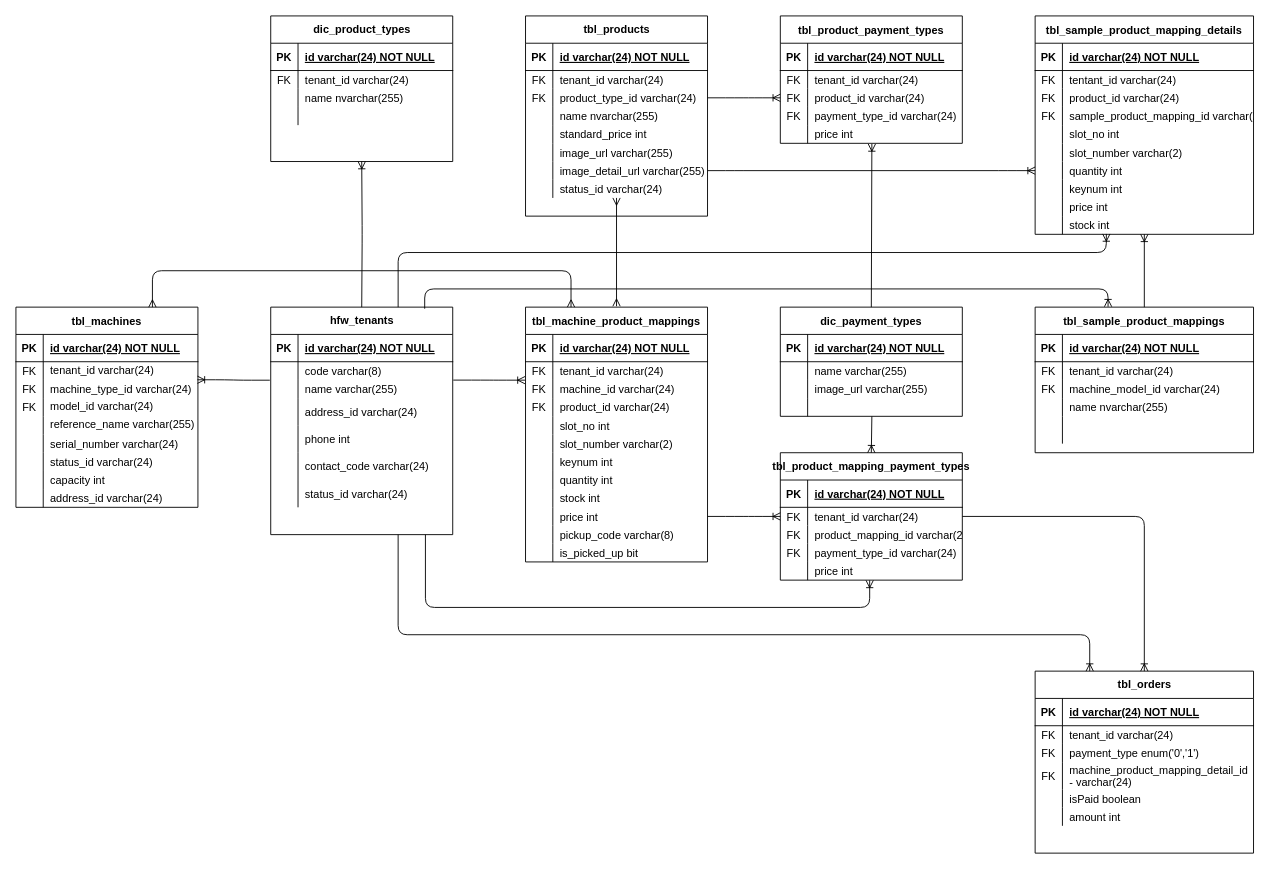
The draw.io diagram page "Product" (3 of 5) of Untitled Diagram.drawio in wardus3105/alphatest, before the edit. Source tidied: cells renumbered, new cells numbered last; positions are measured from the earlier drawing's top-left corner, leaving out a move shared by most shapes. Both pictures are drawn from the tidied source at 91%, with x=0, y=0 at pixel (15, 15).
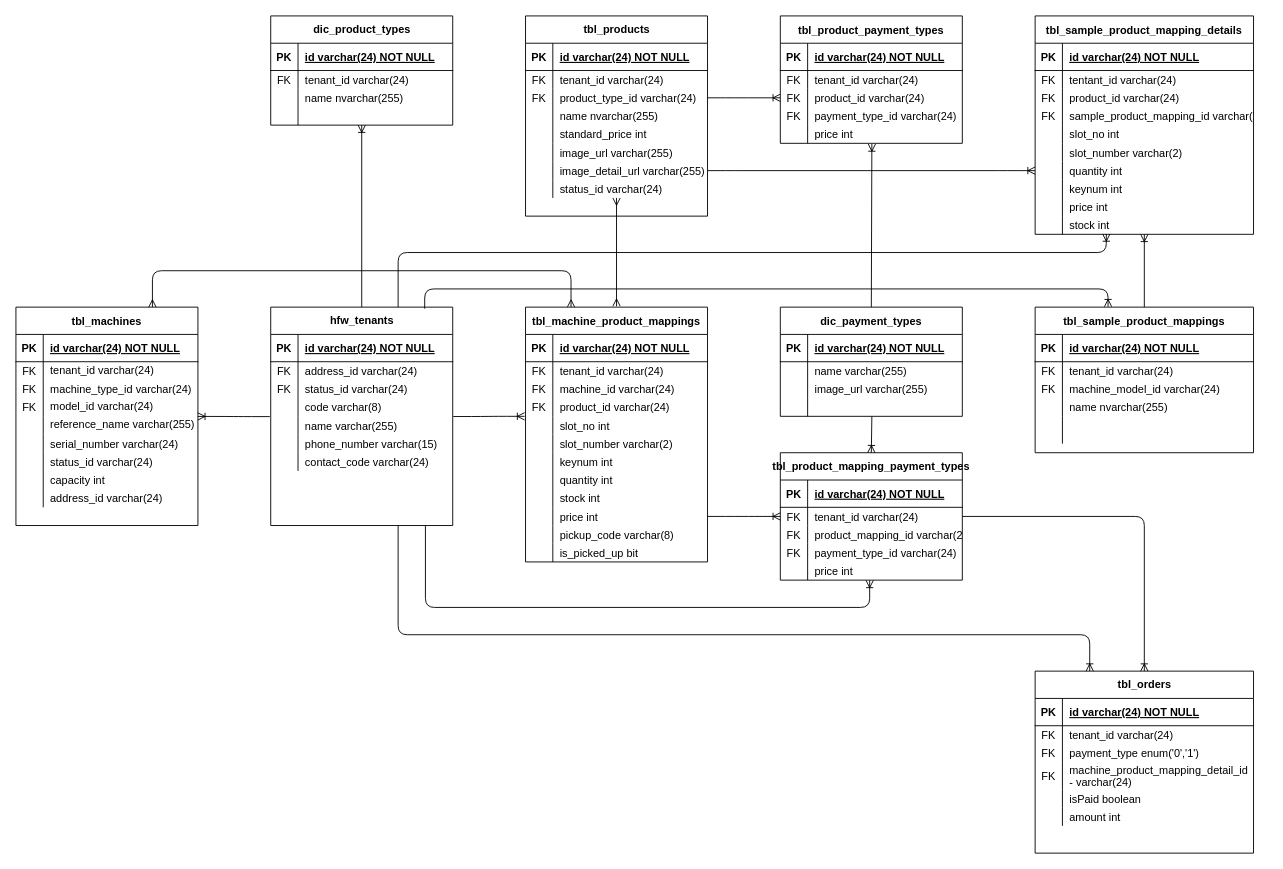
Above is the later version.

Unchanged cells that the change refers to:
```xml
<mxCell id="6" style="shape=partialRectangle;fillColor=none;top=0;left=0;bottom=0;right=0;points=[[0,0.5],[1,0.5]];portConstraint=eastwest;" parent="2" vertex="1">
  <mxGeometry y="60" width="200" height="20" as="geometry" />
</mxCell>
<mxCell id="12" style="shape=partialRectangle;fillColor=none;top=0;left=0;bottom=0;right=0;points=[[0,0.5],[1,0.5]];portConstraint=eastwest;" parent="2" vertex="1">
  <mxGeometry y="100" width="200" height="20" as="geometry" />
</mxCell>
<mxCell id="90" value="tbl_orders" style="shape=table;startSize=30;childLayout=tableLayout;rowLines=0;fontStyle=1;align=center;html=1;" parent="1" vertex="1">
  <mxGeometry x="1120" y="720" width="240" height="200" as="geometry" />
</mxCell>
<mxCell id="118" style="shape=partialRectangle;fillColor=none;top=0;left=0;bottom=0;right=0;points=[[0,0.5],[1,0.5]];portConstraint=eastwest;" parent="111" vertex="1">
  <mxGeometry y="80" width="200" height="20" as="geometry" />
</mxCell>
<mxCell id="229" style="shape=partialRectangle;fillColor=none;top=0;left=0;bottom=0;right=0;points=[[0,0.5],[1,0.5]];portConstraint=eastwest;" parent="216" vertex="1">
  <mxGeometry y="120" width="200" height="20" as="geometry" />
</mxCell>
```

Diff of the diagram source:
```diff
@@
     <mxCell id="2" value="tbl_machines" style="shape=table;startSize=30;childLayout=tableLayout;rowLines=0;fontStyle=1;align=center;" parent="1" vertex="1">
-      <mxGeometry y="320" width="200" height="220" as="geometry" />
+      <mxGeometry y="320" width="200" height="240" as="geometry" />
     </mxCell>
@@
     <mxCell id="30" value="hfw_tenants" style="shape=table;startSize=30;childLayout=tableLayout;rowLines=0;fontStyle=1;align=center;html=1;" parent="1" vertex="1">
-      <mxGeometry x="280" y="320" width="200" height="250" as="geometry" />
+      <mxGeometry x="280" y="320" width="200" height="240" as="geometry" />
     </mxCell>
@@
+    <mxCell id="40" style="shape=partialRectangle;fillColor=none;top=0;left=0;bottom=0;right=0;" parent="30" vertex="1">
+      <mxGeometry y="60" width="200" height="20" as="geometry" />
+    </mxCell>
+    <mxCell id="41" value="FK" style="shape=partialRectangle;fillColor=none;top=0;left=0;bottom=0;right=0;overflow=hidden;" parent="40" vertex="1">
+      <mxGeometry width="30" height="20" as="geometry" />
+    </mxCell>
+    <mxCell id="42" value="address_id varchar(24)" style="shape=partialRectangle;fillColor=none;top=0;left=0;bottom=0;right=0;align=left;spacingLeft=6;overflow=hidden;" parent="40" vertex="1">
+      <mxGeometry x="30" width="170" height="20" as="geometry" />
+    </mxCell>
+    <mxCell id="49" style="shape=partialRectangle;fillColor=none;top=0;left=0;bottom=0;right=0;" parent="30" vertex="1">
+      <mxGeometry y="80" width="200" height="20" as="geometry" />
+    </mxCell>
+    <mxCell id="50" value="FK" style="shape=partialRectangle;fillColor=none;top=0;left=0;bottom=0;right=0;overflow=hidden;" parent="49" vertex="1">
+      <mxGeometry width="30" height="20" as="geometry" />
+    </mxCell>
+    <mxCell id="51" value="status_id varchar(24)" style="shape=partialRectangle;fillColor=none;top=0;left=0;bottom=0;right=0;align=left;spacingLeft=6;overflow=hidden;" parent="49" vertex="1">
+      <mxGeometry x="30" width="170" height="20" as="geometry" />
+    </mxCell>
     <mxCell id="34" style="shape=partialRectangle;fillColor=none;top=0;left=0;bottom=0;right=0;points=[[0,0.5],[1,0.5]];portConstraint=eastwest;" parent="30" vertex="1">
-      <mxGeometry y="60" width="200" height="20" as="geometry" />
+      <mxGeometry y="100" width="200" height="20" as="geometry" />
     </mxCell>
@@
     <mxCell id="37" style="shape=partialRectangle;fillColor=none;top=0;left=0;bottom=0;right=0;" parent="30" vertex="1">
-      <mxGeometry y="80" width="200" height="20" as="geometry" />
+      <mxGeometry y="120" width="200" height="20" as="geometry" />
     </mxCell>
@@
-    <mxCell id="40" style="shape=partialRectangle;fillColor=none;top=0;left=0;bottom=0;right=0;" parent="30" vertex="1">
-      <mxGeometry y="100" width="200" height="30" as="geometry" />
-    </mxCell>
-    <mxCell id="41" style="shape=partialRectangle;fillColor=none;top=0;left=0;bottom=0;right=0;overflow=hidden;" parent="40" vertex="1">
-      <mxGeometry width="30" height="30" as="geometry" />
-    </mxCell>
-    <mxCell id="42" value="address_id varchar(24)" style="shape=partialRectangle;fillColor=none;top=0;left=0;bottom=0;right=0;align=left;spacingLeft=6;overflow=hidden;" parent="40" vertex="1">
-      <mxGeometry x="30" width="170" height="30" as="geometry" />
-    </mxCell>
     <mxCell id="43" style="shape=partialRectangle;fillColor=none;top=0;left=0;bottom=0;right=0;" parent="30" vertex="1">
-      <mxGeometry y="130" width="200" height="30" as="geometry" />
+      <mxGeometry y="140" width="200" height="20" as="geometry" />
     </mxCell>
     <mxCell id="44" style="shape=partialRectangle;fillColor=none;top=0;left=0;bottom=0;right=0;overflow=hidden;" parent="43" vertex="1">
-      <mxGeometry width="30" height="30" as="geometry" />
+      <mxGeometry width="30" height="20" as="geometry" />
     </mxCell>
-    <mxCell id="45" value="phone int" style="shape=partialRectangle;fillColor=none;top=0;left=0;bottom=0;right=0;align=left;spacingLeft=6;overflow=hidden;" parent="43" vertex="1">
-      <mxGeometry x="30" width="170" height="30" as="geometry" />
+    <mxCell id="45" value="phone_number varchar(15)" style="shape=partialRectangle;fillColor=none;top=0;left=0;bottom=0;right=0;align=left;spacingLeft=6;overflow=hidden;" parent="43" vertex="1">
+      <mxGeometry x="30" width="170" height="20" as="geometry" />
     </mxCell>
     <mxCell id="46" style="shape=partialRectangle;fillColor=none;top=0;left=0;bottom=0;right=0;" parent="30" vertex="1">
-      <mxGeometry y="160" width="200" height="30" as="geometry" />
+      <mxGeometry y="160" width="200" height="20" as="geometry" />
     </mxCell>
     <mxCell id="47" style="shape=partialRectangle;fillColor=none;top=0;left=0;bottom=0;right=0;overflow=hidden;" parent="46" vertex="1">
-      <mxGeometry width="30" height="30" as="geometry" />
+      <mxGeometry width="30" height="20" as="geometry" />
     </mxCell>
     <mxCell id="48" value="contact_code varchar(24)" style="shape=partialRectangle;fillColor=none;top=0;left=0;bottom=0;right=0;align=left;spacingLeft=6;overflow=hidden;" parent="46" vertex="1">
-      <mxGeometry x="30" width="170" height="30" as="geometry" />
+      <mxGeometry x="30" width="170" height="20" as="geometry" />
     </mxCell>
-    <mxCell id="49" style="shape=partialRectangle;fillColor=none;top=0;left=0;bottom=0;right=0;" parent="30" vertex="1">
-      <mxGeometry y="190" width="200" height="30" as="geometry" />
-    </mxCell>
-    <mxCell id="50" style="shape=partialRectangle;fillColor=none;top=0;left=0;bottom=0;right=0;overflow=hidden;" parent="49" vertex="1">
-      <mxGeometry width="30" height="30" as="geometry" />
-    </mxCell>
-    <mxCell id="51" value="status_id varchar(24)" style="shape=partialRectangle;fillColor=none;top=0;left=0;bottom=0;right=0;align=left;spacingLeft=6;overflow=hidden;" parent="49" vertex="1">
-      <mxGeometry x="30" width="170" height="30" as="geometry" />
-    </mxCell>
@@
     <mxCell id="77" value="dic_product_types" style="shape=table;startSize=30;childLayout=tableLayout;rowLines=0;fontStyle=1;align=center;html=1;" parent="1" vertex="1">
-      <mxGeometry x="280" width="200" height="160" as="geometry" />
+      <mxGeometry x="280" width="200" height="120" as="geometry" />
     </mxCell>
@@
-    <mxCell id="109" style="edgeStyle=entityRelationEdgeStyle;fontSize=12;html=1;endArrow=none;startArrow=ERoneToMany;startFill=0;endFill=0;entryX=-0.005;entryY=1.015;entryDx=0;entryDy=0;entryPerimeter=0;exitX=0.997;exitY=0.992;exitDx=0;exitDy=0;exitPerimeter=0;" parent="1" edge="1" source="6" target="34">
+    <mxCell id="109" style="edgeStyle=entityRelationEdgeStyle;fontSize=12;html=1;endArrow=none;startArrow=ERoneToMany;startFill=0;endFill=0;entryX=-0.005;entryY=1.015;entryDx=0;entryDy=0;entryPerimeter=0;exitX=0.999;exitY=1.007;exitDx=0;exitDy=0;exitPerimeter=0;" parent="1" edge="1" source="12" target="34">
       <mxGeometry relative="1" as="geometry" />
     </mxCell>
-    <mxCell id="110" style="edgeStyle=orthogonalEdgeStyle;fontSize=12;html=1;endArrow=none;entryX=0.5;entryY=0;entryDx=0;entryDy=0;endFill=0;startArrow=ERoneToMany;startFill=0;" parent="1" edge="1" target="30">
+    <mxCell id="110" style="fontSize=12;html=1;endArrow=none;entryX=0.5;entryY=0;entryDx=0;entryDy=0;endFill=0;startArrow=ERoneToMany;startFill=0;" parent="1" edge="1" target="30">
       <mxGeometry relative="1" as="geometry">
-        <mxPoint x="380" y="160" as="sourcePoint" />
+        <mxPoint x="380" y="120" as="sourcePoint" />
       </mxGeometry>
     </mxCell>
@@
     <mxCell id="150" style="fontSize=12;html=1;endArrow=ERoneToMany;edgeStyle=elbowEdgeStyle;elbow=vertical;entryX=0.25;entryY=0;entryDx=0;entryDy=0;" parent="1" edge="1" target="90">
       <mxGeometry relative="1" as="geometry">
-        <mxPoint x="420" y="570" as="sourcePoint" />
+        <mxPoint x="420" y="560" as="sourcePoint" />
         <Array as="points">
           <mxPoint x="800" y="680" />
         </Array>
       </mxGeometry>
     </mxCell>
-    <mxCell id="151" style="edgeStyle=entityRelationEdgeStyle;fontSize=12;html=1;endArrow=ERoneToMany;exitX=1.003;exitY=1.01;exitDx=0;exitDy=0;entryX=-0.003;entryY=0.013;entryDx=0;entryDy=0;exitPerimeter=0;entryPerimeter=0;" parent="1" edge="1" source="34" target="118">
-      <mxGeometry relative="1" as="geometry" />
+    <mxCell id="151" style="edgeStyle=entityRelationEdgeStyle;fontSize=12;html=1;endArrow=ERoneToMany;exitX=1.003;exitY=1.01;exitDx=0;exitDy=0;exitPerimeter=0;" parent="1" edge="1" source="34">
+      <mxGeometry relative="1" as="geometry">
+        <mxPoint x="559" y="440" as="targetPoint" />
+      </mxGeometry>
     </mxCell>
@@
     <mxCell id="253" style="edgeStyle=orthogonalEdgeStyle;fontSize=12;html=1;endArrow=ERoneToMany;entryX=0.491;entryY=1.014;entryDx=0;entryDy=0;entryPerimeter=0;" parent="1" edge="1" target="229">
       <mxGeometry relative="1" as="geometry">
-        <mxPoint x="450" y="570" as="sourcePoint" />
+        <mxPoint x="450" y="560" as="sourcePoint" />
         <Array as="points">
           <mxPoint x="450" y="650" />
           <mxPoint x="938" y="650" />
         </Array>
       </mxGeometry>
     </mxCell>
```
